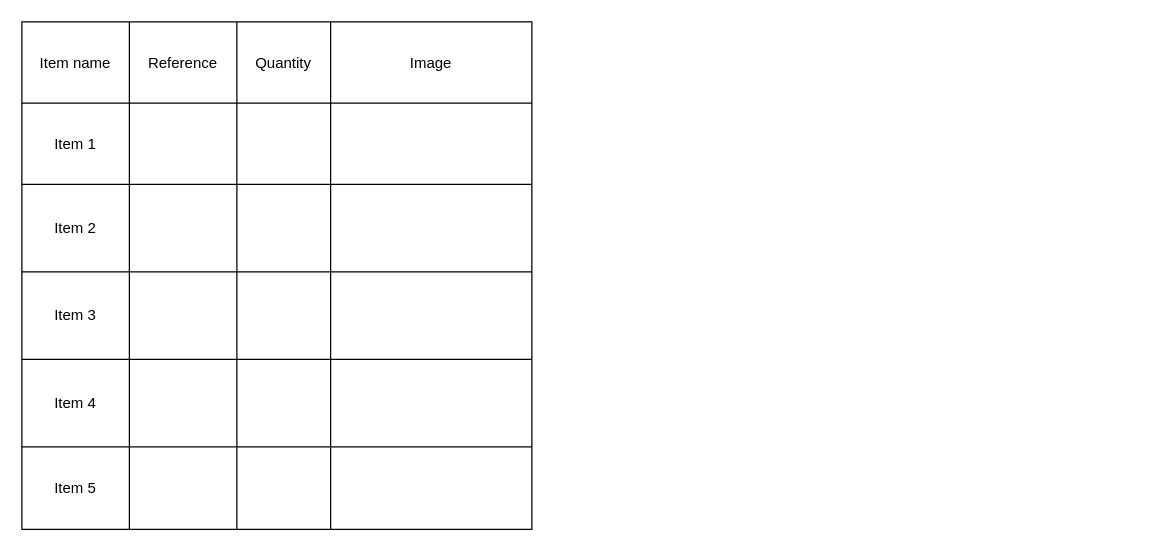
Earlier version of the draw.io diagram Data sheet.drawio (amerezoji1362/drawio-github). Source tidied: cells renumbered, new cells numbered last; positions are measured from the earlier drawing's top-left corner, leaving out a move shared by most shapes. Both pictures are drawn from the tidied source at 125%, with x=0, y=0 at pixel (21, 21).
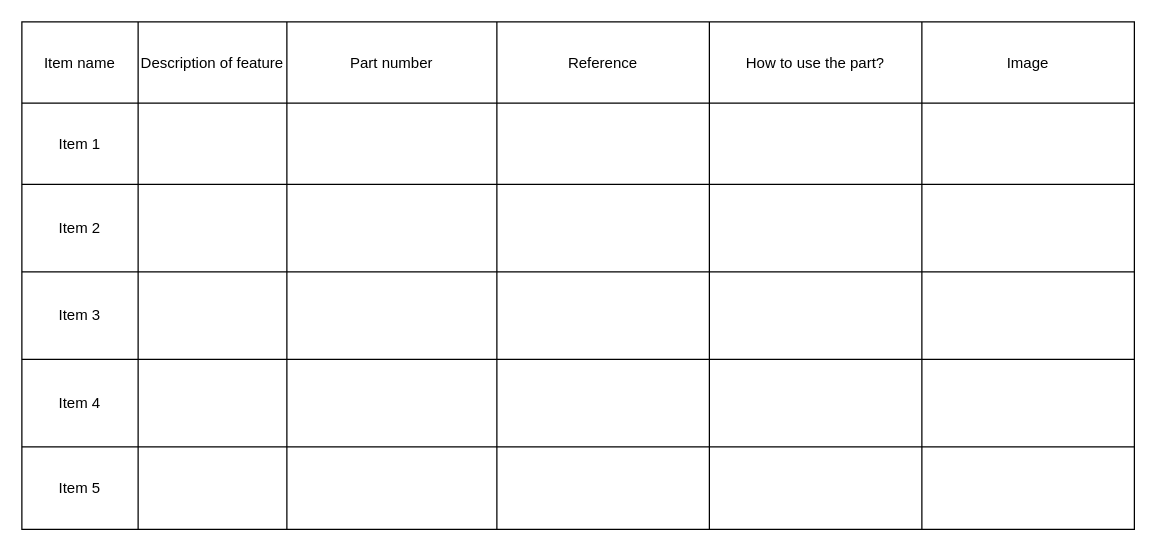
The same diagram, later.

Change to the diagram source:
```diff
@@
     <mxCell id="2" style="shape=table;startSize=0;childLayout=tableLayout;" parent="1" vertex="1">
-      <mxGeometry width="408" height="406" as="geometry" />
+      <mxGeometry width="890" height="406" as="geometry" />
     </mxCell>
     <mxCell id="3" style="shape=partialRectangle;fillColor=none;top=0;left=0;bottom=0;right=0;" parent="2" vertex="1">
-      <mxGeometry width="408" height="65" as="geometry" />
+      <mxGeometry width="890" height="65" as="geometry" />
     </mxCell>
     <mxCell id="4" value="Item name" style="shape=partialRectangle;html=1;whiteSpace=wrap;overflow=hidden;fillColor=none;top=0;left=0;bottom=0;right=0;" parent="3" vertex="1">
-      <mxGeometry width="86" height="65" as="geometry" />
+      <mxGeometry width="93" height="65" as="geometry" />
     </mxCell>
-    <mxCell id="5" value="Reference" style="shape=partialRectangle;html=1;whiteSpace=wrap;overflow=hidden;fillColor=none;top=0;left=0;bottom=0;right=0;" parent="3" vertex="1">
-      <mxGeometry x="86" width="86" height="65" as="geometry" />
+    <mxCell id="5" value="Description of feature" style="shape=partialRectangle;html=1;whiteSpace=wrap;overflow=hidden;fillColor=none;top=0;left=0;bottom=0;right=0;" parent="3" vertex="1">
+      <mxGeometry x="93" width="119" height="65" as="geometry" />
     </mxCell>
-    <mxCell id="6" value="Quantity" style="shape=partialRectangle;html=1;whiteSpace=wrap;overflow=hidden;fillColor=none;top=0;left=0;bottom=0;right=0;" parent="3" vertex="1">
-      <mxGeometry x="172" width="75" height="65" as="geometry" />
+    <mxCell id="6" value="Part number" style="shape=partialRectangle;html=1;whiteSpace=wrap;overflow=hidden;fillColor=none;top=0;left=0;bottom=0;right=0;" parent="3" vertex="1">
+      <mxGeometry x="212" width="168" height="65" as="geometry" />
     </mxCell>
-    <mxCell id="7" value="Image" style="shape=partialRectangle;html=1;whiteSpace=wrap;overflow=hidden;fillColor=none;top=0;left=0;bottom=0;right=0;" parent="3" vertex="1">
-      <mxGeometry x="247" width="161" height="65" as="geometry" />
+    <mxCell id="7" value="Reference" style="shape=partialRectangle;html=1;whiteSpace=wrap;overflow=hidden;fillColor=none;top=0;left=0;bottom=0;right=0;" parent="3" vertex="1">
+      <mxGeometry x="380" width="170" height="65" as="geometry" />
     </mxCell>
+    <mxCell id="33" value="How to use the part?" style="shape=partialRectangle;html=1;whiteSpace=wrap;overflow=hidden;fillColor=none;top=0;left=0;bottom=0;right=0;" parent="3" vertex="1">
+      <mxGeometry x="550" width="170" height="65" as="geometry" />
+    </mxCell>
+    <mxCell id="34" value="Image" style="shape=partialRectangle;html=1;whiteSpace=wrap;overflow=hidden;fillColor=none;top=0;left=0;bottom=0;right=0;" parent="3" vertex="1">
+      <mxGeometry x="720" width="170" height="65" as="geometry" />
+    </mxCell>
     <mxCell id="8" style="shape=partialRectangle;fillColor=none;top=0;left=0;bottom=0;right=0;" parent="2" vertex="1">
-      <mxGeometry y="65" width="408" height="65" as="geometry" />
+      <mxGeometry y="65" width="890" height="65" as="geometry" />
     </mxCell>
     <mxCell id="9" value="Item 1" style="shape=partialRectangle;html=1;whiteSpace=wrap;overflow=hidden;fillColor=none;top=0;left=0;bottom=0;right=0;" parent="8" vertex="1">
-      <mxGeometry width="86" height="65" as="geometry" />
+      <mxGeometry width="93" height="65" as="geometry" />
     </mxCell>
     <mxCell id="10" style="shape=partialRectangle;html=1;whiteSpace=wrap;overflow=hidden;fillColor=none;top=0;left=0;bottom=0;right=0;" parent="8" vertex="1">
-      <mxGeometry x="86" width="86" height="65" as="geometry" />
+      <mxGeometry x="93" width="119" height="65" as="geometry" />
     </mxCell>
     <mxCell id="11" style="shape=partialRectangle;html=1;whiteSpace=wrap;overflow=hidden;fillColor=none;top=0;left=0;bottom=0;right=0;" parent="8" vertex="1">
-      <mxGeometry x="172" width="75" height="65" as="geometry" />
+      <mxGeometry x="212" width="168" height="65" as="geometry" />
     </mxCell>
     <mxCell id="12" style="shape=partialRectangle;html=1;whiteSpace=wrap;overflow=hidden;fillColor=none;top=0;left=0;bottom=0;right=0;" parent="8" vertex="1">
-      <mxGeometry x="247" width="161" height="65" as="geometry" />
+      <mxGeometry x="380" width="170" height="65" as="geometry" />
     </mxCell>
+    <mxCell id="35" style="shape=partialRectangle;html=1;whiteSpace=wrap;overflow=hidden;fillColor=none;top=0;left=0;bottom=0;right=0;" parent="8" vertex="1">
+      <mxGeometry x="550" width="170" height="65" as="geometry" />
+    </mxCell>
+    <mxCell id="36" style="shape=partialRectangle;html=1;whiteSpace=wrap;overflow=hidden;fillColor=none;top=0;left=0;bottom=0;right=0;" parent="8" vertex="1">
+      <mxGeometry x="720" width="170" height="65" as="geometry" />
+    </mxCell>
     <mxCell id="13" style="shape=partialRectangle;fillColor=none;top=0;left=0;bottom=0;right=0;" parent="2" vertex="1">
-      <mxGeometry y="130" width="408" height="70" as="geometry" />
+      <mxGeometry y="130" width="890" height="70" as="geometry" />
     </mxCell>
     <mxCell id="14" value="Item 2" style="shape=partialRectangle;html=1;whiteSpace=wrap;overflow=hidden;fillColor=none;top=0;left=0;bottom=0;right=0;" parent="13" vertex="1">
-      <mxGeometry width="86" height="70" as="geometry" />
+      <mxGeometry width="93" height="70" as="geometry" />
     </mxCell>
     <mxCell id="15" style="shape=partialRectangle;html=1;whiteSpace=wrap;overflow=hidden;fillColor=none;top=0;left=0;bottom=0;right=0;" parent="13" vertex="1">
-      <mxGeometry x="86" width="86" height="70" as="geometry" />
+      <mxGeometry x="93" width="119" height="70" as="geometry" />
     </mxCell>
     <mxCell id="16" style="shape=partialRectangle;html=1;whiteSpace=wrap;overflow=hidden;fillColor=none;top=0;left=0;bottom=0;right=0;" parent="13" vertex="1">
-      <mxGeometry x="172" width="75" height="70" as="geometry" />
+      <mxGeometry x="212" width="168" height="70" as="geometry" />
     </mxCell>
     <mxCell id="17" style="shape=partialRectangle;html=1;whiteSpace=wrap;overflow=hidden;fillColor=none;top=0;left=0;bottom=0;right=0;" parent="13" vertex="1">
-      <mxGeometry x="247" width="161" height="70" as="geometry" />
+      <mxGeometry x="380" width="170" height="70" as="geometry" />
     </mxCell>
+    <mxCell id="37" style="shape=partialRectangle;html=1;whiteSpace=wrap;overflow=hidden;fillColor=none;top=0;left=0;bottom=0;right=0;" parent="13" vertex="1">
+      <mxGeometry x="550" width="170" height="70" as="geometry" />
+    </mxCell>
+    <mxCell id="38" style="shape=partialRectangle;html=1;whiteSpace=wrap;overflow=hidden;fillColor=none;top=0;left=0;bottom=0;right=0;" parent="13" vertex="1">
+      <mxGeometry x="720" width="170" height="70" as="geometry" />
+    </mxCell>
     <mxCell id="18" style="shape=partialRectangle;fillColor=none;top=0;left=0;bottom=0;right=0;" parent="2" vertex="1">
-      <mxGeometry y="200" width="408" height="70" as="geometry" />
+      <mxGeometry y="200" width="890" height="70" as="geometry" />
     </mxCell>
     <mxCell id="19" value="Item 3" style="shape=partialRectangle;html=1;whiteSpace=wrap;overflow=hidden;fillColor=none;top=0;left=0;bottom=0;right=0;" parent="18" vertex="1">
-      <mxGeometry width="86" height="70" as="geometry" />
+      <mxGeometry width="93" height="70" as="geometry" />
     </mxCell>
     <mxCell id="20" style="shape=partialRectangle;html=1;whiteSpace=wrap;overflow=hidden;fillColor=none;top=0;left=0;bottom=0;right=0;" parent="18" vertex="1">
-      <mxGeometry x="86" width="86" height="70" as="geometry" />
+      <mxGeometry x="93" width="119" height="70" as="geometry" />
     </mxCell>
     <mxCell id="21" style="shape=partialRectangle;html=1;whiteSpace=wrap;overflow=hidden;fillColor=none;top=0;left=0;bottom=0;right=0;" parent="18" vertex="1">
-      <mxGeometry x="172" width="75" height="70" as="geometry" />
+      <mxGeometry x="212" width="168" height="70" as="geometry" />
     </mxCell>
     <mxCell id="22" style="shape=partialRectangle;html=1;whiteSpace=wrap;overflow=hidden;fillColor=none;top=0;left=0;bottom=0;right=0;" parent="18" vertex="1">
-      <mxGeometry x="247" width="161" height="70" as="geometry" />
+      <mxGeometry x="380" width="170" height="70" as="geometry" />
     </mxCell>
+    <mxCell id="39" style="shape=partialRectangle;html=1;whiteSpace=wrap;overflow=hidden;fillColor=none;top=0;left=0;bottom=0;right=0;" parent="18" vertex="1">
+      <mxGeometry x="550" width="170" height="70" as="geometry" />
+    </mxCell>
+    <mxCell id="40" style="shape=partialRectangle;html=1;whiteSpace=wrap;overflow=hidden;fillColor=none;top=0;left=0;bottom=0;right=0;" parent="18" vertex="1">
+      <mxGeometry x="720" width="170" height="70" as="geometry" />
+    </mxCell>
     <mxCell id="23" style="shape=partialRectangle;fillColor=none;top=0;left=0;bottom=0;right=0;" parent="2" vertex="1">
-      <mxGeometry y="270" width="408" height="70" as="geometry" />
+      <mxGeometry y="270" width="890" height="70" as="geometry" />
     </mxCell>
     <mxCell id="24" value="Item 4" style="shape=partialRectangle;html=1;whiteSpace=wrap;overflow=hidden;fillColor=none;top=0;left=0;bottom=0;right=0;" parent="23" vertex="1">
-      <mxGeometry width="86" height="70" as="geometry" />
+      <mxGeometry width="93" height="70" as="geometry" />
     </mxCell>
     <mxCell id="25" style="shape=partialRectangle;html=1;whiteSpace=wrap;overflow=hidden;fillColor=none;top=0;left=0;bottom=0;right=0;" parent="23" vertex="1">
-      <mxGeometry x="86" width="86" height="70" as="geometry" />
+      <mxGeometry x="93" width="119" height="70" as="geometry" />
     </mxCell>
     <mxCell id="26" style="shape=partialRectangle;html=1;whiteSpace=wrap;overflow=hidden;fillColor=none;top=0;left=0;bottom=0;right=0;" parent="23" vertex="1">
-      <mxGeometry x="172" width="75" height="70" as="geometry" />
+      <mxGeometry x="212" width="168" height="70" as="geometry" />
     </mxCell>
     <mxCell id="27" style="shape=partialRectangle;html=1;whiteSpace=wrap;overflow=hidden;fillColor=none;top=0;left=0;bottom=0;right=0;" parent="23" vertex="1">
-      <mxGeometry x="247" width="161" height="70" as="geometry" />
+      <mxGeometry x="380" width="170" height="70" as="geometry" />
     </mxCell>
+    <mxCell id="41" style="shape=partialRectangle;html=1;whiteSpace=wrap;overflow=hidden;fillColor=none;top=0;left=0;bottom=0;right=0;" parent="23" vertex="1">
+      <mxGeometry x="550" width="170" height="70" as="geometry" />
+    </mxCell>
+    <mxCell id="42" style="shape=partialRectangle;html=1;whiteSpace=wrap;overflow=hidden;fillColor=none;top=0;left=0;bottom=0;right=0;" parent="23" vertex="1">
+      <mxGeometry x="720" width="170" height="70" as="geometry" />
+    </mxCell>
     <mxCell id="28" style="shape=partialRectangle;fillColor=none;top=0;left=0;bottom=0;right=0;" parent="2" vertex="1">
-      <mxGeometry y="340" width="408" height="66" as="geometry" />
+      <mxGeometry y="340" width="890" height="66" as="geometry" />
     </mxCell>
     <mxCell id="29" value="Item 5" style="shape=partialRectangle;html=1;whiteSpace=wrap;overflow=hidden;fillColor=none;top=0;left=0;bottom=0;right=0;" parent="28" vertex="1">
-      <mxGeometry width="86" height="66" as="geometry" />
+      <mxGeometry width="93" height="66" as="geometry" />
     </mxCell>
     <mxCell id="30" style="shape=partialRectangle;html=1;whiteSpace=wrap;overflow=hidden;fillColor=none;top=0;left=0;bottom=0;right=0;" parent="28" vertex="1">
-      <mxGeometry x="86" width="86" height="66" as="geometry" />
+      <mxGeometry x="93" width="119" height="66" as="geometry" />
     </mxCell>
     <mxCell id="31" style="shape=partialRectangle;html=1;whiteSpace=wrap;overflow=hidden;fillColor=none;top=0;left=0;bottom=0;right=0;" parent="28" vertex="1">
-      <mxGeometry x="172" width="75" height="66" as="geometry" />
+      <mxGeometry x="212" width="168" height="66" as="geometry" />
     </mxCell>
     <mxCell id="32" style="shape=partialRectangle;html=1;whiteSpace=wrap;overflow=hidden;fillColor=none;top=0;left=0;bottom=0;right=0;" parent="28" vertex="1">
-      <mxGeometry x="247" width="161" height="66" as="geometry" />
+      <mxGeometry x="380" width="170" height="66" as="geometry" />
     </mxCell>
+    <mxCell id="43" style="shape=partialRectangle;html=1;whiteSpace=wrap;overflow=hidden;fillColor=none;top=0;left=0;bottom=0;right=0;" parent="28" vertex="1">
+      <mxGeometry x="550" width="170" height="66" as="geometry" />
+    </mxCell>
+    <mxCell id="44" style="shape=partialRectangle;html=1;whiteSpace=wrap;overflow=hidden;fillColor=none;top=0;left=0;bottom=0;right=0;" parent="28" vertex="1">
+      <mxGeometry x="720" width="170" height="66" as="geometry" />
+    </mxCell>
```
